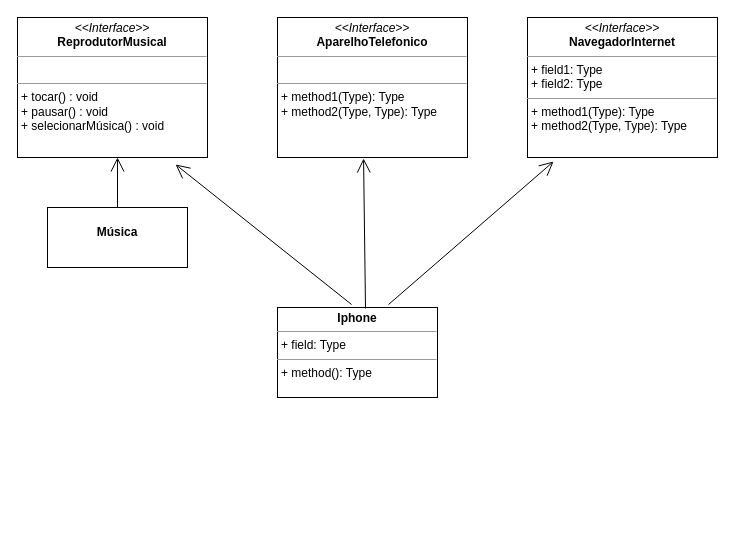
Before: Diagrama sem nome.drawio in Gustavodevp/ProjetosDio, a draw.io diagram. Source tidied: cells renumbered, new cells numbered last; positions are measured from the earlier drawing's top-left corner, leaving out a move shared by most shapes. Both pictures are drawn from the tidied source at 100%, with x=0, y=0 at pixel (17, 17).
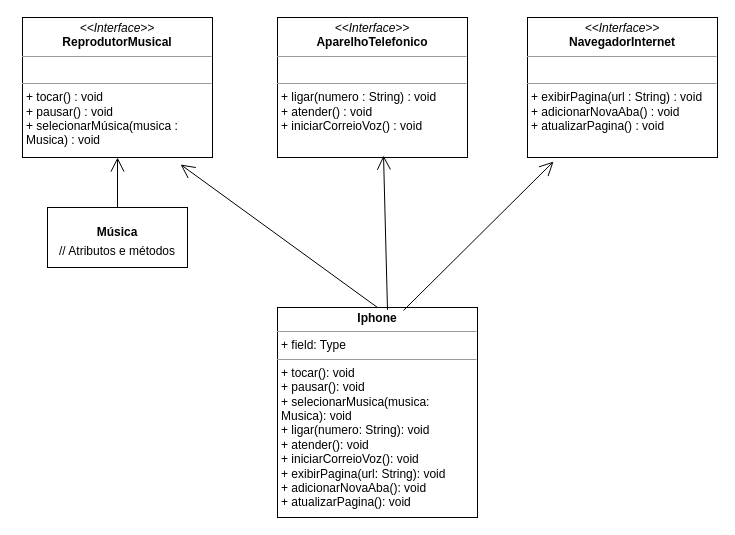
Above is the later version.

What changed in the source:
```diff
@@
 <mxGraphModel>
   <root>
     <mxCell id="0" />
     <mxCell id="1" parent="0" />
-    <mxCell id="2" value="&lt;p style=&quot;margin:0px;margin-top:4px;text-align:center;&quot;&gt;&lt;i&gt;&amp;lt;&amp;lt;Interface&amp;gt;&amp;gt;&lt;/i&gt;&lt;br&gt;&lt;b&gt;ReprodutorMusical&lt;/b&gt;&lt;/p&gt;&lt;hr size=&quot;1&quot;&gt;&lt;p style=&quot;margin:0px;margin-left:4px;&quot;&gt;&lt;br&gt;&lt;/p&gt;&lt;hr size=&quot;1&quot;&gt;&lt;p style=&quot;margin:0px;margin-left:4px;&quot;&gt;+ tocar() : void&lt;br&gt;+ pausar() : void&lt;/p&gt;&lt;p style=&quot;margin:0px;margin-left:4px;&quot;&gt;+ selecionarMúsica() : void&lt;/p&gt;" style="verticalAlign=top;align=left;overflow=fill;fontSize=12;fontFamily=Helvetica;html=1;whiteSpace=wrap;" parent="1" vertex="1">
-      <mxGeometry width="190" height="140" as="geometry" />
+    <mxCell id="2" value="&lt;p style=&quot;margin:0px;margin-top:4px;text-align:center;&quot;&gt;&lt;i&gt;&amp;lt;&amp;lt;Interface&amp;gt;&amp;gt;&lt;/i&gt;&lt;br&gt;&lt;b&gt;ReprodutorMusical&lt;/b&gt;&lt;/p&gt;&lt;hr size=&quot;1&quot;&gt;&lt;p style=&quot;margin:0px;margin-left:4px;&quot;&gt;&lt;br&gt;&lt;/p&gt;&lt;hr size=&quot;1&quot;&gt;&lt;p style=&quot;margin:0px;margin-left:4px;&quot;&gt;+ tocar() : void&lt;br&gt;+ pausar() : void&lt;/p&gt;&lt;p style=&quot;margin:0px;margin-left:4px;&quot;&gt;+ selecionarMúsica(musica : Musica) : void&lt;/p&gt;" style="verticalAlign=top;align=left;overflow=fill;fontSize=12;fontFamily=Helvetica;html=1;whiteSpace=wrap;" parent="1" vertex="1">
+      <mxGeometry x="5" width="190" height="140" as="geometry" />
     </mxCell>
-    <mxCell id="3" value="&lt;p style=&quot;margin:0px;margin-top:4px;text-align:center;&quot;&gt;&lt;i&gt;&amp;lt;&amp;lt;Interface&amp;gt;&amp;gt;&lt;/i&gt;&lt;br&gt;&lt;b&gt;AparelhoTelefonico&lt;/b&gt;&lt;/p&gt;&lt;hr size=&quot;1&quot;&gt;&lt;p style=&quot;margin:0px;margin-left:4px;&quot;&gt;&lt;br&gt;&lt;/p&gt;&lt;hr size=&quot;1&quot;&gt;&lt;p style=&quot;margin:0px;margin-left:4px;&quot;&gt;+ method1(Type): Type&lt;br&gt;+ method2(Type, Type): Type&lt;/p&gt;" style="verticalAlign=top;align=left;overflow=fill;fontSize=12;fontFamily=Helvetica;html=1;whiteSpace=wrap;" parent="1" vertex="1">
+    <mxCell id="3" value="&lt;p style=&quot;margin:0px;margin-top:4px;text-align:center;&quot;&gt;&lt;i&gt;&amp;lt;&amp;lt;Interface&amp;gt;&amp;gt;&lt;/i&gt;&lt;br&gt;&lt;b&gt;AparelhoTelefonico&lt;/b&gt;&lt;/p&gt;&lt;hr size=&quot;1&quot;&gt;&lt;p style=&quot;margin:0px;margin-left:4px;&quot;&gt;&lt;br&gt;&lt;/p&gt;&lt;hr size=&quot;1&quot;&gt;&lt;p style=&quot;border-color: var(--border-color); margin: 0px 0px 0px 4px;&quot;&gt;+ ligar(numero : String) : void&lt;br style=&quot;border-color: var(--border-color);&quot;&gt;+ atender() : void&lt;/p&gt;&lt;p style=&quot;border-color: var(--border-color); margin: 0px 0px 0px 4px;&quot;&gt;+ iniciarCorreioVoz() : void&lt;/p&gt;" style="verticalAlign=top;align=left;overflow=fill;fontSize=12;fontFamily=Helvetica;html=1;whiteSpace=wrap;" parent="1" vertex="1">
       <mxGeometry x="260" width="190" height="140" as="geometry" />
     </mxCell>
-    <mxCell id="4" value="&lt;p style=&quot;margin:0px;margin-top:4px;text-align:center;&quot;&gt;&lt;i&gt;&amp;lt;&amp;lt;Interface&amp;gt;&amp;gt;&lt;/i&gt;&lt;br&gt;&lt;b&gt;NavegadorInternet&lt;/b&gt;&lt;/p&gt;&lt;hr size=&quot;1&quot;&gt;&lt;p style=&quot;margin:0px;margin-left:4px;&quot;&gt;+ field1: Type&lt;br&gt;+ field2: Type&lt;/p&gt;&lt;hr size=&quot;1&quot;&gt;&lt;p style=&quot;margin:0px;margin-left:4px;&quot;&gt;+ method1(Type): Type&lt;br&gt;+ method2(Type, Type): Type&lt;/p&gt;" style="verticalAlign=top;align=left;overflow=fill;fontSize=12;fontFamily=Helvetica;html=1;whiteSpace=wrap;" parent="1" vertex="1">
+    <mxCell id="4" value="&lt;p style=&quot;margin:0px;margin-top:4px;text-align:center;&quot;&gt;&lt;i&gt;&amp;lt;&amp;lt;Interface&amp;gt;&amp;gt;&lt;/i&gt;&lt;br&gt;&lt;b&gt;NavegadorInternet&lt;/b&gt;&lt;/p&gt;&lt;hr size=&quot;1&quot;&gt;&lt;p style=&quot;margin:0px;margin-left:4px;&quot;&gt;&lt;br&gt;&lt;/p&gt;&lt;hr size=&quot;1&quot;&gt;&lt;p style=&quot;border-color: var(--border-color); margin: 0px 0px 0px 4px;&quot;&gt;+ exibirPagina(url : String) : void&lt;br style=&quot;border-color: var(--border-color);&quot;&gt;+ adicionarNovaAba() : void&lt;/p&gt;&lt;p style=&quot;border-color: var(--border-color); margin: 0px 0px 0px 4px;&quot;&gt;+ atualizarPagina() : void&lt;/p&gt;" style="verticalAlign=top;align=left;overflow=fill;fontSize=12;fontFamily=Helvetica;html=1;whiteSpace=wrap;" parent="1" vertex="1">
       <mxGeometry x="510" width="190" height="140" as="geometry" />
     </mxCell>
-    <mxCell id="5" value="&lt;p style=&quot;margin:0px;margin-top:4px;text-align:center;&quot;&gt;&lt;br&gt;&lt;b&gt;Música&lt;/b&gt;&lt;/p&gt;&lt;p style=&quot;margin:0px;margin-top:4px;text-align:center;&quot;&gt;&lt;b&gt;&lt;br&gt;&lt;/b&gt;&lt;/p&gt;" style="verticalAlign=top;align=left;overflow=fill;fontSize=12;fontFamily=Helvetica;html=1;whiteSpace=wrap;" parent="1" vertex="1">
+    <mxCell id="5" value="&lt;p style=&quot;margin:0px;margin-top:4px;text-align:center;&quot;&gt;&lt;br&gt;&lt;b&gt;Música&lt;/b&gt;&lt;/p&gt;&lt;p style=&quot;margin:0px;margin-top:4px;text-align:center;&quot;&gt;// Atributos e métodos&lt;b&gt;&lt;br&gt;&lt;/b&gt;&lt;/p&gt;" style="verticalAlign=top;align=left;overflow=fill;fontSize=12;fontFamily=Helvetica;html=1;whiteSpace=wrap;" parent="1" vertex="1">
       <mxGeometry x="30" y="190" width="140" height="60" as="geometry" />
     </mxCell>
-    <mxCell id="6" value="&lt;p style=&quot;margin:0px;margin-top:4px;text-align:center;&quot;&gt;&lt;b&gt;Iphone&lt;/b&gt;&lt;/p&gt;&lt;hr size=&quot;1&quot;&gt;&lt;p style=&quot;margin:0px;margin-left:4px;&quot;&gt;+ field: Type&lt;/p&gt;&lt;hr size=&quot;1&quot;&gt;&lt;p style=&quot;margin:0px;margin-left:4px;&quot;&gt;+ method(): Type&lt;/p&gt;" style="verticalAlign=top;align=left;overflow=fill;fontSize=12;fontFamily=Helvetica;html=1;whiteSpace=wrap;" parent="1" vertex="1">
-      <mxGeometry x="260" y="290" width="160" height="90" as="geometry" />
+    <mxCell id="6" value="&lt;p style=&quot;margin:0px;margin-top:4px;text-align:center;&quot;&gt;&lt;b&gt;Iphone&lt;/b&gt;&lt;/p&gt;&lt;hr size=&quot;1&quot;&gt;&lt;p style=&quot;margin:0px;margin-left:4px;&quot;&gt;+ field: Type&lt;/p&gt;&lt;hr size=&quot;1&quot;&gt;&lt;p style=&quot;margin:0px;margin-left:4px;&quot;&gt;+ tocar(): void&amp;nbsp; &amp;nbsp; &amp;nbsp; &amp;nbsp; &amp;nbsp; &amp;nbsp; &amp;nbsp; &amp;nbsp; &amp;nbsp;&lt;/p&gt;&lt;p style=&quot;margin:0px;margin-left:4px;&quot;&gt;+ pausar(): void&amp;nbsp; &amp;nbsp; &amp;nbsp; &amp;nbsp; &amp;nbsp; &amp;nbsp; &amp;nbsp; &amp;nbsp;&amp;nbsp;&lt;/p&gt;&lt;p style=&quot;margin:0px;margin-left:4px;&quot;&gt;+ selecionarMusica(musica: Musica): void&amp;nbsp;&lt;/p&gt;&lt;p style=&quot;margin:0px;margin-left:4px;&quot;&gt;+ ligar(numero: String): void&amp;nbsp; &amp;nbsp;&lt;/p&gt;&lt;p style=&quot;margin:0px;margin-left:4px;&quot;&gt;+ atender(): void&amp;nbsp; &amp;nbsp; &amp;nbsp; &amp;nbsp; &amp;nbsp; &amp;nbsp; &amp;nbsp; &amp;nbsp;&lt;/p&gt;&lt;p style=&quot;margin:0px;margin-left:4px;&quot;&gt;+ iniciarCorreioVoz(): void&amp;nbsp; &amp;nbsp;&amp;nbsp;&lt;/p&gt;&lt;p style=&quot;margin:0px;margin-left:4px;&quot;&gt;+ exibirPagina(url: String): void&amp;nbsp;&lt;/p&gt;&lt;p style=&quot;margin:0px;margin-left:4px;&quot;&gt;&lt;span style=&quot;background-color: initial;&quot;&gt;+ adicionarNovaAba(): void&amp;nbsp; &amp;nbsp;&amp;nbsp;&lt;/span&gt;&lt;/p&gt;&lt;p style=&quot;margin:0px;margin-left:4px;&quot;&gt;&lt;span style=&quot;background-color: initial;&quot;&gt;+ atualizarPagina(): void&amp;nbsp;&lt;/span&gt;&lt;/p&gt;" style="verticalAlign=top;align=left;overflow=fill;fontSize=12;fontFamily=Helvetica;html=1;whiteSpace=wrap;" parent="1" vertex="1">
+      <mxGeometry x="260" y="290" width="200" height="210" as="geometry" />
     </mxCell>
-    <mxCell id="7" style="endArrow=open;endFill=1;endSize=12;html=1;rounded=0;exitX=0.694;exitY=-0.033;exitDx=0;exitDy=0;exitPerimeter=0;entryX=0.137;entryY=1.029;entryDx=0;entryDy=0;entryPerimeter=0;" parent="1" edge="1" source="6" target="4">
+    <mxCell id="7" style="endArrow=open;endFill=1;endSize=12;html=1;rounded=0;exitX=0.63;exitY=0.014;exitDx=0;exitDy=0;exitPerimeter=0;entryX=0.137;entryY=1.029;entryDx=0;entryDy=0;entryPerimeter=0;" parent="1" edge="1" source="6" target="4">
       <mxGeometry relative="1" as="geometry" />
     </mxCell>
-    <mxCell id="8" style="endArrow=open;endFill=1;endSize=12;html=1;rounded=0;entryX=0.453;entryY=1.007;entryDx=0;entryDy=0;entryPerimeter=0;exitX=0.55;exitY=0.011;exitDx=0;exitDy=0;exitPerimeter=0;" parent="1" edge="1" source="6" target="3">
+    <mxCell id="8" style="endArrow=open;endFill=1;endSize=12;html=1;rounded=0;entryX=0.558;entryY=0.986;entryDx=0;entryDy=0;entryPerimeter=0;exitX=0.55;exitY=0.011;exitDx=0;exitDy=0;exitPerimeter=0;" parent="1" edge="1" source="6" target="3">
       <mxGeometry relative="1" as="geometry" />
     </mxCell>
-    <mxCell id="9" style="endArrow=open;endFill=1;endSize=12;html=1;rounded=0;exitX=0.463;exitY=-0.033;exitDx=0;exitDy=0;exitPerimeter=0;entryX=0.832;entryY=1.05;entryDx=0;entryDy=0;entryPerimeter=0;" parent="1" edge="1" source="6" target="2">
+    <mxCell id="9" style="endArrow=open;endFill=1;endSize=12;html=1;rounded=0;exitX=0.5;exitY=0;exitDx=0;exitDy=0;entryX=0.832;entryY=1.05;entryDx=0;entryDy=0;entryPerimeter=0;" parent="1" edge="1" source="6" target="2">
       <mxGeometry relative="1" as="geometry" />
     </mxCell>
     <mxCell id="10" style="endArrow=open;endFill=1;endSize=12;html=1;rounded=0;exitX=0.5;exitY=0;exitDx=0;exitDy=0;" parent="1" edge="1" source="5">
       <mxGeometry relative="1" as="geometry">
         <mxPoint x="100" y="140" as="targetPoint" />
       </mxGeometry>
     </mxCell>
   </root>
 </mxGraphModel>
```
